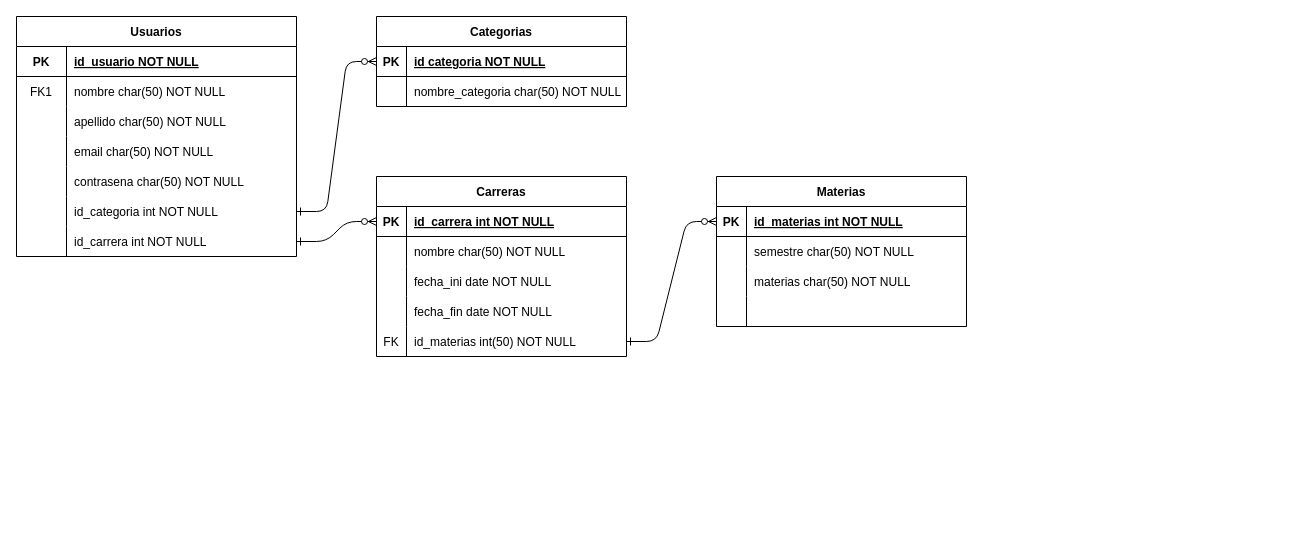
Above: Playground.drawio in raulgm00/draw.oi (draw.io), before the change. Source tidied: cells renumbered, new cells numbered last; positions are measured from the earlier drawing's top-left corner, leaving out a move shared by most shapes. Both pictures are drawn from the tidied source at 100%, with x=0, y=0 at pixel (16, 16).
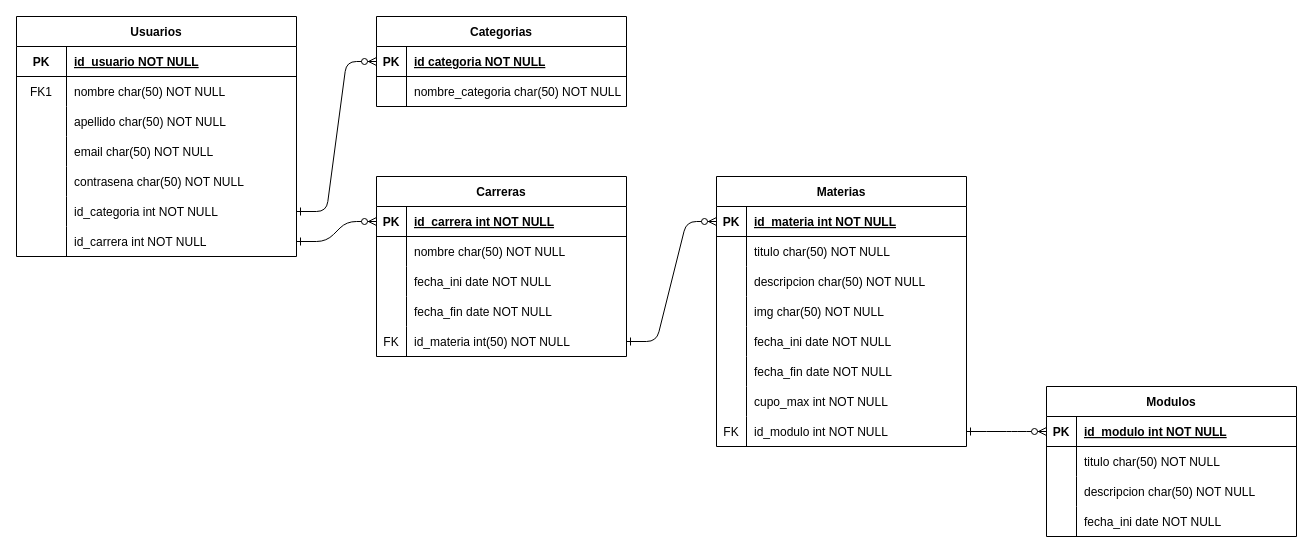
Above is the later version.

The change refers to these unchanged cells:
```xml
<mxCell id="24" style="shape=partialRectangle;fillColor=none;points=[[0,0.5],[1,0.5]];portConstraint=eastwest;top=0;left=0;right=0;bottom=0;" parent="11" vertex="1">
  <mxGeometry y="150" width="250" height="30" as="geometry" />
</mxCell>
<mxCell id="50" style="shape=partialRectangle;fillColor=none;points=[[0,0.5],[1,0.5]];portConstraint=eastwest;top=0;left=0;right=0;bottom=1;" parent="49" vertex="1">
  <mxGeometry y="30" width="250" height="30" as="geometry" />
</mxCell>
<mxCell id="53" style="shape=partialRectangle;fillColor=none;top=0;left=0;right=0;bottom=0;" parent="49" vertex="1">
  <mxGeometry y="60" width="250" height="30" as="geometry" />
</mxCell>
<mxCell id="56" style="shape=partialRectangle;fillColor=none;top=0;left=0;right=0;bottom=0;" parent="49" vertex="1">
  <mxGeometry y="90" width="250" height="30" as="geometry" />
</mxCell>
```

The edit, as a diff of the source:
```diff
@@
-    <mxCell id="26" value="id_materias int(50) NOT NULL" style="shape=partialRectangle;overflow=hidden;fillColor=none;top=0;left=0;bottom=0;right=0;align=left;spacingLeft=6;" parent="24" vertex="1">
+    <mxCell id="26" value="id_materia int(50) NOT NULL" style="shape=partialRectangle;overflow=hidden;fillColor=none;top=0;left=0;bottom=0;right=0;align=left;spacingLeft=6;" parent="24" vertex="1">
       <mxGeometry x="30" width="220" height="30" as="geometry" />
     </mxCell>
@@
     <mxCell id="49" value="Materias" style="shape=table;startSize=30;childLayout=tableLayout;rowLines=0;fontStyle=1;align=center;" parent="1" vertex="1">
-      <mxGeometry x="700" y="160" width="250" height="150" as="geometry" />
+      <mxGeometry x="700" y="160" width="250" height="270" as="geometry" />
     </mxCell>
@@
-    <mxCell id="52" value="id_materias int NOT NULL " style="shape=partialRectangle;overflow=hidden;fillColor=none;top=0;left=0;bottom=0;right=0;align=left;spacingLeft=6;fontStyle=5;" parent="50" vertex="1">
+    <mxCell id="52" value="id_materia int NOT NULL " style="shape=partialRectangle;overflow=hidden;fillColor=none;top=0;left=0;bottom=0;right=0;align=left;spacingLeft=6;fontStyle=5;" parent="50" vertex="1">
       <mxGeometry x="30" width="220" height="30" as="geometry" />
     </mxCell>
@@
-    <mxCell id="55" value="semestre char(50) NOT NULL" style="shape=partialRectangle;overflow=hidden;fillColor=none;top=0;left=0;bottom=0;right=0;align=left;spacingLeft=6;" parent="53" vertex="1">
+    <mxCell id="55" value="titulo char(50) NOT NULL" style="shape=partialRectangle;overflow=hidden;fillColor=none;top=0;left=0;bottom=0;right=0;align=left;spacingLeft=6;" parent="53" vertex="1">
       <mxGeometry x="30" width="220" height="30" as="geometry" />
     </mxCell>
@@
-    <mxCell id="58" value="materias char(50) NOT NULL" style="shape=partialRectangle;overflow=hidden;fillColor=none;top=0;left=0;bottom=0;right=0;align=left;spacingLeft=6;" parent="56" vertex="1">
+    <mxCell id="58" value="descripcion char(50) NOT NULL" style="shape=partialRectangle;overflow=hidden;fillColor=none;top=0;left=0;bottom=0;right=0;align=left;spacingLeft=6;" parent="56" vertex="1">
       <mxGeometry x="30" width="220" height="30" as="geometry" />
     </mxCell>
+    <mxCell id="63" style="shape=partialRectangle;fillColor=none;top=0;left=0;right=0;bottom=0;" parent="49" vertex="1">
+      <mxGeometry y="120" width="250" height="30" as="geometry" />
+    </mxCell>
+    <mxCell id="64" style="shape=partialRectangle;overflow=hidden;fillColor=none;top=0;left=0;bottom=0;right=0;" parent="63" vertex="1">
+      <mxGeometry width="30" height="30" as="geometry" />
+    </mxCell>
+    <mxCell id="65" value="img char(50) NOT NULL" style="shape=partialRectangle;overflow=hidden;fillColor=none;top=0;left=0;bottom=0;right=0;align=left;spacingLeft=6;" parent="63" vertex="1">
+      <mxGeometry x="30" width="220" height="30" as="geometry" />
+    </mxCell>
     <mxCell id="59" style="shape=partialRectangle;fillColor=none;top=0;left=0;right=0;bottom=0;" parent="49" vertex="1">
-      <mxGeometry y="120" width="250" height="30" as="geometry" />
+      <mxGeometry y="150" width="250" height="30" as="geometry" />
     </mxCell>
@@
-    <mxCell id="61" style="shape=partialRectangle;overflow=hidden;fillColor=none;top=0;left=0;bottom=0;right=0;align=left;spacingLeft=6;" parent="59" vertex="1">
+    <mxCell id="61" value="fecha_ini date NOT NULL" style="shape=partialRectangle;overflow=hidden;fillColor=none;top=0;left=0;bottom=0;right=0;align=left;spacingLeft=6;" parent="59" vertex="1">
       <mxGeometry x="30" width="220" height="30" as="geometry" />
     </mxCell>
+    <mxCell id="66" style="shape=partialRectangle;fillColor=none;top=0;left=0;right=0;bottom=0;" parent="49" vertex="1">
+      <mxGeometry y="180" width="250" height="30" as="geometry" />
+    </mxCell>
+    <mxCell id="67" style="shape=partialRectangle;overflow=hidden;fillColor=none;top=0;left=0;bottom=0;right=0;" parent="66" vertex="1">
+      <mxGeometry width="30" height="30" as="geometry" />
+    </mxCell>
+    <mxCell id="68" value="fecha_fin date NOT NULL" style="shape=partialRectangle;overflow=hidden;fillColor=none;top=0;left=0;bottom=0;right=0;align=left;spacingLeft=6;" parent="66" vertex="1">
+      <mxGeometry x="30" width="220" height="30" as="geometry" />
+    </mxCell>
+    <mxCell id="69" style="shape=partialRectangle;fillColor=none;top=0;left=0;right=0;bottom=0;" parent="49" vertex="1">
+      <mxGeometry y="210" width="250" height="30" as="geometry" />
+    </mxCell>
+    <mxCell id="70" style="shape=partialRectangle;overflow=hidden;fillColor=none;top=0;left=0;bottom=0;right=0;" parent="69" vertex="1">
+      <mxGeometry width="30" height="30" as="geometry" />
+    </mxCell>
+    <mxCell id="71" value="cupo_max int NOT NULL" style="shape=partialRectangle;overflow=hidden;fillColor=none;top=0;left=0;bottom=0;right=0;align=left;spacingLeft=6;" parent="69" vertex="1">
+      <mxGeometry x="30" width="220" height="30" as="geometry" />
+    </mxCell>
+    <mxCell id="72" style="shape=partialRectangle;fillColor=none;points=[[0,0.5],[1,0.5]];portConstraint=eastwest;top=0;left=0;right=0;bottom=0;" parent="49" vertex="1">
+      <mxGeometry y="240" width="250" height="30" as="geometry" />
+    </mxCell>
+    <mxCell id="73" value="FK" style="shape=partialRectangle;overflow=hidden;fillColor=none;top=0;left=0;bottom=0;right=0;" parent="72" vertex="1">
+      <mxGeometry width="30" height="30" as="geometry" />
+    </mxCell>
+    <mxCell id="74" value="id_modulo int NOT NULL" style="shape=partialRectangle;overflow=hidden;fillColor=none;top=0;left=0;bottom=0;right=0;align=left;spacingLeft=6;" parent="72" vertex="1">
+      <mxGeometry x="30" width="220" height="30" as="geometry" />
+    </mxCell>
@@
+    <mxCell id="75" value="Modulos" style="shape=table;startSize=30;childLayout=tableLayout;rowLines=0;fontStyle=1;align=center;" parent="1" vertex="1">
+      <mxGeometry x="1030" y="370" width="250" height="150" as="geometry" />
+    </mxCell>
+    <mxCell id="76" style="shape=partialRectangle;fillColor=none;points=[[0,0.5],[1,0.5]];portConstraint=eastwest;top=0;left=0;right=0;bottom=1;" parent="75" vertex="1">
+      <mxGeometry y="30" width="250" height="30" as="geometry" />
+    </mxCell>
+    <mxCell id="77" value="PK" style="shape=partialRectangle;overflow=hidden;fillColor=none;top=0;left=0;bottom=0;right=0;fontStyle=1;" parent="76" vertex="1">
+      <mxGeometry width="30" height="30" as="geometry" />
+    </mxCell>
+    <mxCell id="78" value="id_modulo int NOT NULL " style="shape=partialRectangle;overflow=hidden;fillColor=none;top=0;left=0;bottom=0;right=0;align=left;spacingLeft=6;fontStyle=5;" parent="76" vertex="1">
+      <mxGeometry x="30" width="220" height="30" as="geometry" />
+    </mxCell>
+    <mxCell id="79" style="shape=partialRectangle;fillColor=none;top=0;left=0;right=0;bottom=0;" parent="75" vertex="1">
+      <mxGeometry y="60" width="250" height="30" as="geometry" />
+    </mxCell>
+    <mxCell id="80" style="shape=partialRectangle;overflow=hidden;fillColor=none;top=0;left=0;bottom=0;right=0;" parent="79" vertex="1">
+      <mxGeometry width="30" height="30" as="geometry" />
+    </mxCell>
+    <mxCell id="81" value="titulo char(50) NOT NULL" style="shape=partialRectangle;overflow=hidden;fillColor=none;top=0;left=0;bottom=0;right=0;align=left;spacingLeft=6;" parent="79" vertex="1">
+      <mxGeometry x="30" width="220" height="30" as="geometry" />
+    </mxCell>
+    <mxCell id="82" style="shape=partialRectangle;fillColor=none;top=0;left=0;right=0;bottom=0;" parent="75" vertex="1">
+      <mxGeometry y="90" width="250" height="30" as="geometry" />
+    </mxCell>
+    <mxCell id="83" style="shape=partialRectangle;overflow=hidden;fillColor=none;top=0;left=0;bottom=0;right=0;" parent="82" vertex="1">
+      <mxGeometry width="30" height="30" as="geometry" />
+    </mxCell>
+    <mxCell id="84" value="descripcion char(50) NOT NULL" style="shape=partialRectangle;overflow=hidden;fillColor=none;top=0;left=0;bottom=0;right=0;align=left;spacingLeft=6;" parent="82" vertex="1">
+      <mxGeometry x="30" width="220" height="30" as="geometry" />
+    </mxCell>
+    <mxCell id="85" style="shape=partialRectangle;fillColor=none;top=0;left=0;right=0;bottom=0;" parent="75" vertex="1">
+      <mxGeometry y="120" width="250" height="30" as="geometry" />
+    </mxCell>
+    <mxCell id="86" style="shape=partialRectangle;overflow=hidden;fillColor=none;top=0;left=0;bottom=0;right=0;" parent="85" vertex="1">
+      <mxGeometry width="30" height="30" as="geometry" />
+    </mxCell>
+    <mxCell id="87" value="fecha_ini date NOT NULL" style="shape=partialRectangle;overflow=hidden;fillColor=none;top=0;left=0;bottom=0;right=0;align=left;spacingLeft=6;" parent="85" vertex="1">
+      <mxGeometry x="30" width="220" height="30" as="geometry" />
+    </mxCell>
+    <mxCell id="88" style="edgeStyle=entityRelationEdgeStyle;endArrow=ERzeroToMany;startArrow=ERone;endFill=1;startFill=0;exitX=1;exitY=0.5;exitDx=0;exitDy=0;entryX=0;entryY=0.5;entryDx=0;entryDy=0;" parent="1" edge="1" source="72" target="76">
+      <mxGeometry relative="1" as="geometry">
+        <Array as="points">
+          <mxPoint x="860" y="590" />
+          <mxPoint x="680" y="440" />
+          <mxPoint x="670" y="470" />
+          <mxPoint x="630" y="430" />
+          <mxPoint x="660" y="530" />
+          <mxPoint x="480" y="395" />
+          <mxPoint x="500" y="395" />
+          <mxPoint x="350" y="370" />
+        </Array>
+      </mxGeometry>
+    </mxCell>
```
